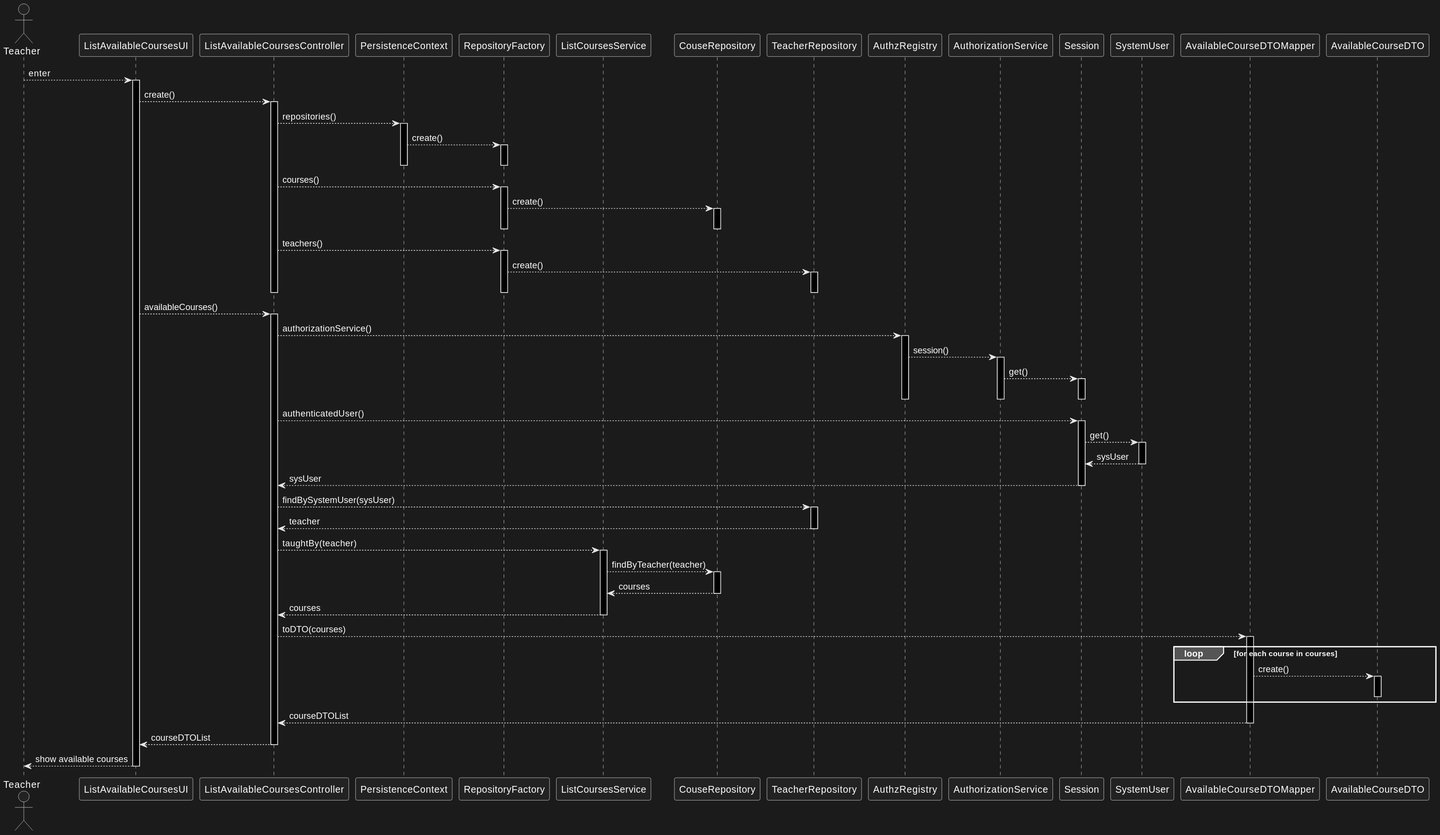
jovami/isep-lapr4 keeps this PlantUML diagram as docs/us_1006/sd-teacher.svg. Above is the earlier version.
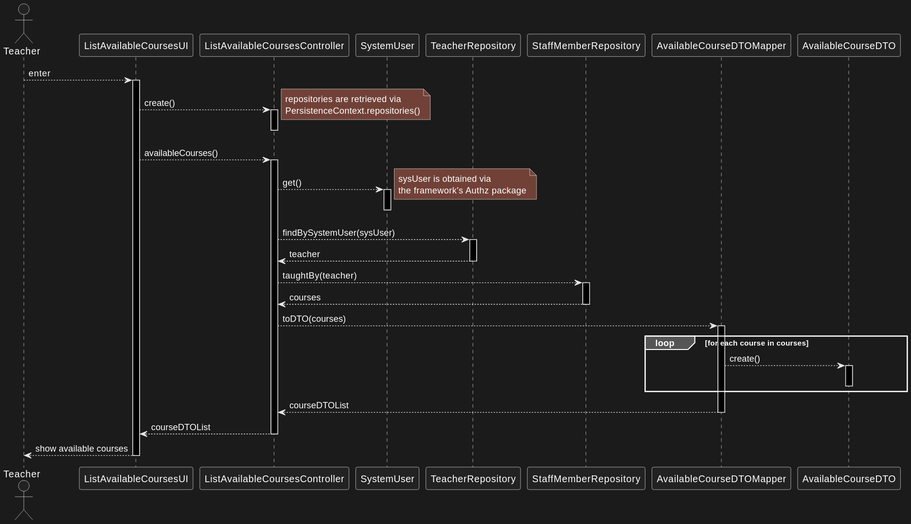
Above is the later version.

What changed in the source:
```diff
@@ -3,18 +3,12 @@
 participant ListAvailableCoursesUI as ui
 participant ListAvailableCoursesController as ctrl
 
-participant PersistenceContext as ctx
-participant RepositoryFactory as rep_fac
 
-participant ListCoursesService as svc
+participant SystemUser as sys_usr
 
-participant CouseRepository as c_repo
 participant TeacherRepository as t_repo
 
-participant AuthzRegistry as authreg
-participant AuthorizationService as authsvc
-participant Session as sess
-participant SystemUser as sys_usr
+participant StaffMemberRepository as st_repo
 
 
 participant AvailableCourseDTOMapper as mapper
@@ -26,65 +20,26 @@
 activate ui
     ui --> ctrl : create()
     activate ctrl
-        ctrl --> ctx : repositories()
-        activate ctx
-            ctx --> rep_fac : create()
-            activate rep_fac
-            deactivate rep_fac
-        deactivate ctx
-
-        ctrl --> rep_fac : courses()
-        activate rep_fac
-            rep_fac --> c_repo : create()
-            activate c_repo
-            deactivate c_repo
-        deactivate rep_fac
-
-        ctrl --> rep_fac : teachers()
-        activate rep_fac
-            rep_fac --> t_repo : create()
-            activate t_repo
-            deactivate t_repo
-        deactivate rep_fac
+        note right : repositories are retrieved via\nPersistenceContext.repositories()
     deactivate ctrl
 
     ui --> ctrl : availableCourses()
     activate ctrl
-        ctrl --> authreg : authorizationService()
-        activate authreg
-            authreg --> authsvc : session()
-            activate authsvc
-                authsvc --> sess : get()
-                activate sess
-                deactivate sess
-            deactivate authsvc
-        deactivate authreg
-
-        ctrl --> sess : authenticatedUser()
-        activate sess
-            sess --> sys_usr : get()
-            activate sys_usr
-                sys_usr --> sess : sysUser
-            deactivate sys_usr
-
-            sess --> ctrl : sysUser
-        deactivate sess
+        ctrl --> sys_usr : get()
+        activate sys_usr
+            note right : sysUser is obtained via\nthe framework's Authz package
+        deactivate sys_usr
 
         ctrl --> t_repo : findBySystemUser(sysUser)
         activate t_repo
             t_repo --> ctrl : teacher
         deactivate t_repo
 
-        ctrl --> svc : taughtBy(teacher)
-        activate svc
-            svc --> c_repo : findByTeacher(teacher)
 
-            activate c_repo
-                c_repo --> svc : courses
-            deactivate c_repo
-
-            svc --> ctrl : courses
-        deactivate svc
+        ctrl --> st_repo : taughtBy(teacher)
+        activate st_repo
+            st_repo --> ctrl : courses
+        deactivate st_repo
 
         ctrl --> mapper: toDTO(courses)
         activate mapper
```
